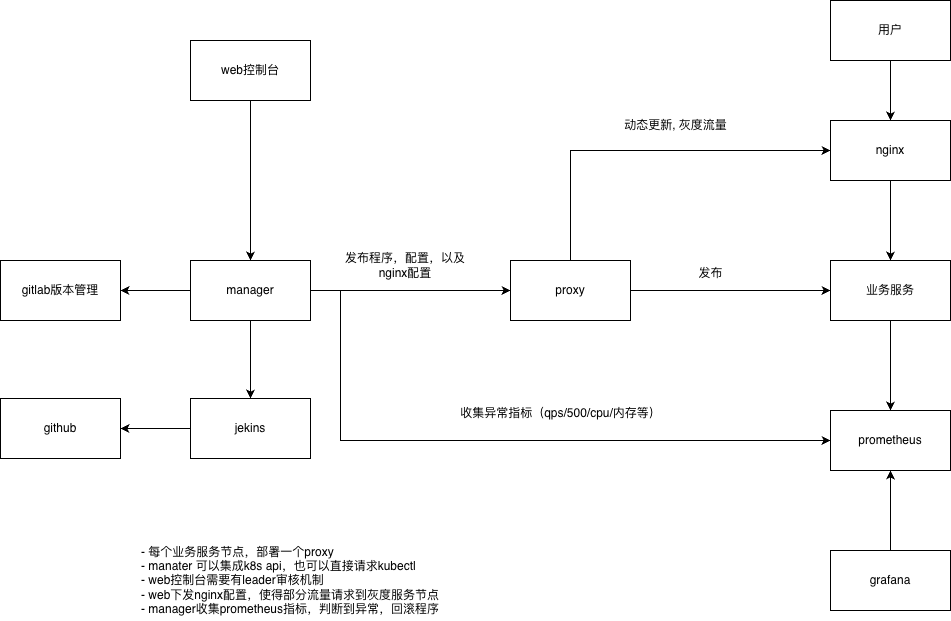
Earlier version of the draw.io export doc/智能发布系统.drawio.png (felix-001/qnHackathon). Source tidied: cells renumbered, new cells last; positions are measured from the earlier drawing's top-left corner, leaving out a move shared by most shapes. Source of this version:
```xml
<mxGraphModel>
  <root>
    <mxCell id="0" />
    <mxCell id="1" parent="0" />
    <mxCell id="2" style="edgeStyle=orthogonalEdgeStyle;rounded=0;jettySize=auto;html=1;" parent="1" edge="1" source="3" target="8">
      <mxGeometry relative="1" as="geometry" />
    </mxCell>
    <mxCell id="3" value="web控制台" style="rounded=0;whiteSpace=wrap;html=1;" parent="1" vertex="1">
      <mxGeometry x="190" y="40" width="120" height="60" as="geometry" />
    </mxCell>
    <mxCell id="4" style="edgeStyle=orthogonalEdgeStyle;rounded=0;jettySize=auto;html=1;" parent="1" edge="1" source="8" target="11">
      <mxGeometry relative="1" as="geometry" />
    </mxCell>
    <mxCell id="5" style="edgeStyle=orthogonalEdgeStyle;rounded=0;jettySize=auto;html=1;entryX=0;entryY=0.5;entryDx=0;entryDy=0;exitX=1;exitY=0.5;exitDx=0;exitDy=0;" parent="1" edge="1" source="8" target="19">
      <mxGeometry relative="1" as="geometry">
        <Array as="points">
          <mxPoint x="340" y="290" />
          <mxPoint x="340" y="440" />
        </Array>
      </mxGeometry>
    </mxCell>
    <mxCell id="6" style="edgeStyle=orthogonalEdgeStyle;rounded=0;jettySize=auto;html=1;" parent="1" edge="1" source="8" target="25">
      <mxGeometry relative="1" as="geometry" />
    </mxCell>
    <mxCell id="7" style="edgeStyle=orthogonalEdgeStyle;rounded=0;jettySize=auto;html=1;entryX=1;entryY=0.5;entryDx=0;entryDy=0;" parent="1" edge="1" source="8" target="26">
      <mxGeometry relative="1" as="geometry" />
    </mxCell>
    <mxCell id="8" value="manager" style="rounded=0;whiteSpace=wrap;html=1;" parent="1" vertex="1">
      <mxGeometry x="190" y="260" width="120" height="60" as="geometry" />
    </mxCell>
    <mxCell id="9" style="edgeStyle=orthogonalEdgeStyle;rounded=0;jettySize=auto;html=1;entryX=0;entryY=0.5;entryDx=0;entryDy=0;" parent="1" edge="1" source="11" target="13">
      <mxGeometry relative="1" as="geometry" />
    </mxCell>
    <mxCell id="10" style="edgeStyle=orthogonalEdgeStyle;rounded=0;jettySize=auto;html=1;entryX=0;entryY=0.5;entryDx=0;entryDy=0;" parent="1" edge="1" source="11" target="15">
      <mxGeometry relative="1" as="geometry">
        <Array as="points">
          <mxPoint x="570" y="150" />
        </Array>
      </mxGeometry>
    </mxCell>
    <mxCell id="11" value="proxy" style="rounded=0;whiteSpace=wrap;html=1;" parent="1" vertex="1">
      <mxGeometry x="510" y="260" width="120" height="60" as="geometry" />
    </mxCell>
    <mxCell id="12" style="edgeStyle=orthogonalEdgeStyle;rounded=0;jettySize=auto;html=1;entryX=0.5;entryY=0;entryDx=0;entryDy=0;" parent="1" edge="1" source="13" target="19">
      <mxGeometry relative="1" as="geometry" />
    </mxCell>
    <mxCell id="13" value="业务服务" style="rounded=0;whiteSpace=wrap;html=1;" parent="1" vertex="1">
      <mxGeometry x="830" y="260" width="120" height="60" as="geometry" />
    </mxCell>
    <mxCell id="14" style="edgeStyle=orthogonalEdgeStyle;rounded=0;jettySize=auto;html=1;entryX=0.5;entryY=0;entryDx=0;entryDy=0;" parent="1" edge="1" source="15" target="13">
      <mxGeometry relative="1" as="geometry" />
    </mxCell>
    <mxCell id="15" value="nginx" style="rounded=0;whiteSpace=wrap;html=1;" parent="1" vertex="1">
      <mxGeometry x="830" y="120" width="120" height="60" as="geometry" />
    </mxCell>
    <mxCell id="16" style="edgeStyle=orthogonalEdgeStyle;rounded=0;jettySize=auto;html=1;entryX=0.5;entryY=0;entryDx=0;entryDy=0;" parent="1" edge="1" source="17" target="15">
      <mxGeometry relative="1" as="geometry" />
    </mxCell>
    <mxCell id="17" value="用户" style="rounded=0;whiteSpace=wrap;html=1;" parent="1" vertex="1">
      <mxGeometry x="830" width="120" height="60" as="geometry" />
    </mxCell>
    <mxCell id="18" value="动态更新, 灰度流量" style="text;html=1;align=center;verticalAlign=middle;strokeColor=none;fillColor=none;" parent="1" vertex="1">
      <mxGeometry x="610" y="110" width="130" height="30" as="geometry" />
    </mxCell>
    <mxCell id="19" value="prometheus" style="rounded=0;whiteSpace=wrap;html=1;" parent="1" vertex="1">
      <mxGeometry x="830" y="410" width="120" height="60" as="geometry" />
    </mxCell>
    <mxCell id="20" style="edgeStyle=orthogonalEdgeStyle;rounded=0;jettySize=auto;html=1;entryX=0.5;entryY=1;entryDx=0;entryDy=0;" parent="1" edge="1" source="21" target="19">
      <mxGeometry relative="1" as="geometry" />
    </mxCell>
    <mxCell id="21" value="grafana" style="rounded=0;whiteSpace=wrap;html=1;" parent="1" vertex="1">
      <mxGeometry x="830" y="550" width="120" height="60" as="geometry" />
    </mxCell>
    <mxCell id="22" value="收集异常指标（qps/500/cpu/内存等）" style="text;html=1;align=center;verticalAlign=middle;strokeColor=none;fillColor=none;" parent="1" vertex="1">
      <mxGeometry x="450" y="398" width="220" height="30" as="geometry" />
    </mxCell>
    <mxCell id="23" value="github" style="rounded=0;whiteSpace=wrap;html=1;" parent="1" vertex="1">
      <mxGeometry y="398" width="120" height="60" as="geometry" />
    </mxCell>
    <mxCell id="24" style="edgeStyle=orthogonalEdgeStyle;rounded=0;jettySize=auto;html=1;entryX=1;entryY=0.5;entryDx=0;entryDy=0;" parent="1" edge="1" source="25" target="23">
      <mxGeometry relative="1" as="geometry" />
    </mxCell>
    <mxCell id="25" value="jekins" style="rounded=0;whiteSpace=wrap;html=1;" parent="1" vertex="1">
      <mxGeometry x="190" y="398" width="120" height="60" as="geometry" />
    </mxCell>
    <mxCell id="26" value="gitlab版本管理" style="rounded=0;whiteSpace=wrap;html=1;" parent="1" vertex="1">
      <mxGeometry y="260" width="120" height="60" as="geometry" />
    </mxCell>
    <mxCell id="27" value="发布程序，配置，以及nginx配置" style="text;html=1;align=center;verticalAlign=middle;whiteSpace=wrap;rounded=0;" parent="1" vertex="1">
      <mxGeometry x="340" y="250" width="130" height="30" as="geometry" />
    </mxCell>
    <mxCell id="28" value="发布" style="text;html=1;align=center;verticalAlign=middle;strokeColor=none;fillColor=none;" parent="1" vertex="1">
      <mxGeometry x="685" y="258" width="50" height="30" as="geometry" />
    </mxCell>
    <mxCell id="29" value="&lt;div style=&quot;text-align: left;&quot;&gt;&lt;span style=&quot;background-color: transparent; color: light-dark(rgb(0, 0, 0), rgb(255, 255, 255));&quot;&gt;- 每个业务服务节点，部署一个proxy&lt;/span&gt;&lt;/div&gt;&lt;div style=&quot;text-align: left;&quot;&gt;&lt;span style=&quot;background-color: transparent; color: light-dark(rgb(0, 0, 0), rgb(255, 255, 255));&quot;&gt;- manater 可以集成k8s api，也可以直接请求kubectl&lt;/span&gt;&lt;/div&gt;&lt;div style=&quot;text-align: left;&quot;&gt;&lt;span style=&quot;background-color: transparent; color: light-dark(rgb(0, 0, 0), rgb(255, 255, 255));&quot;&gt;- web控制台需要有leader审核机制&lt;/span&gt;&lt;/div&gt;&lt;div&gt;&lt;span style=&quot;background-color: transparent; color: light-dark(rgb(0, 0, 0), rgb(255, 255, 255));&quot;&gt;- web下发nginx配置，使得部分流量请求到灰度服务节点&lt;/span&gt;&lt;/div&gt;&lt;div&gt;&lt;span style=&quot;background-color: transparent; color: light-dark(rgb(0, 0, 0), rgb(255, 255, 255));&quot;&gt;- manager收集prometheus指标，判断到异常，回滚程序&lt;/span&gt;&lt;/div&gt;" style="text;html=1;align=center;verticalAlign=middle;whiteSpace=wrap;rounded=0;" parent="1" vertex="1">
      <mxGeometry x="100" y="540" width="380" height="80" as="geometry" />
    </mxCell>
  </root>
</mxGraphModel>
```
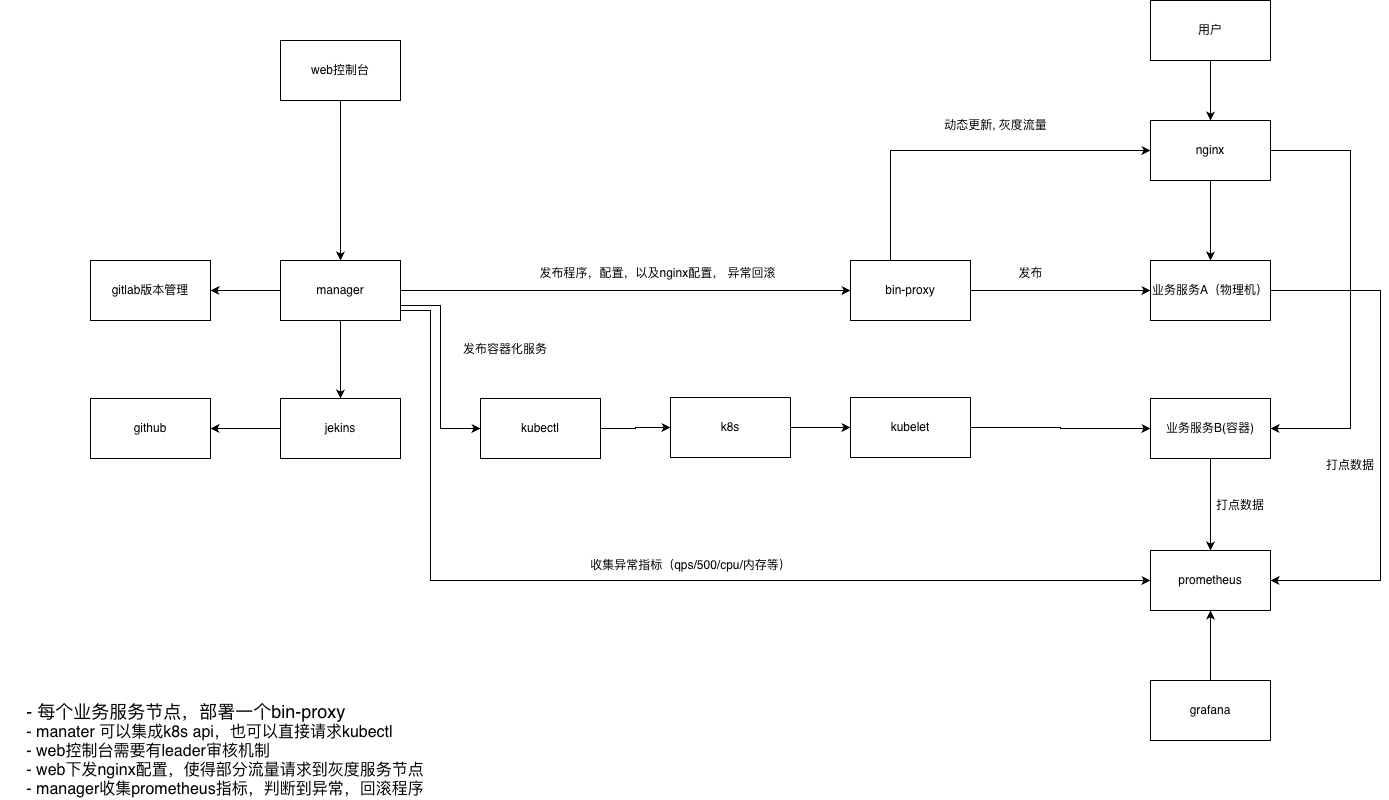
The same diagram one commit later.

What changed in the source:
```diff
@@ -11,20 +11,24 @@
     <mxCell id="4" style="edgeStyle=orthogonalEdgeStyle;rounded=0;jettySize=auto;html=1;" parent="1" edge="1" source="8" target="11">
       <mxGeometry relative="1" as="geometry" />
     </mxCell>
-    <mxCell id="5" style="edgeStyle=orthogonalEdgeStyle;rounded=0;jettySize=auto;html=1;entryX=0;entryY=0.5;entryDx=0;entryDy=0;exitX=1;exitY=0.5;exitDx=0;exitDy=0;" parent="1" edge="1" source="8" target="19">
-      <mxGeometry relative="1" as="geometry">
-        <Array as="points">
-          <mxPoint x="340" y="290" />
-          <mxPoint x="340" y="440" />
-        </Array>
-      </mxGeometry>
-    </mxCell>
     <mxCell id="6" style="edgeStyle=orthogonalEdgeStyle;rounded=0;jettySize=auto;html=1;" parent="1" edge="1" source="8" target="25">
       <mxGeometry relative="1" as="geometry" />
     </mxCell>
     <mxCell id="7" style="edgeStyle=orthogonalEdgeStyle;rounded=0;jettySize=auto;html=1;entryX=1;entryY=0.5;entryDx=0;entryDy=0;" parent="1" edge="1" source="8" target="26">
       <mxGeometry relative="1" as="geometry" />
     </mxCell>
+    <mxCell id="30" style="edgeStyle=orthogonalEdgeStyle;rounded=0;jettySize=auto;html=1;entryX=0;entryY=0.5;entryDx=0;entryDy=0;exitX=1;exitY=0.75;exitDx=0;exitDy=0;" parent="1" edge="1" source="8" target="35">
+      <mxGeometry relative="1" as="geometry" />
+    </mxCell>
+    <mxCell id="5" style="edgeStyle=orthogonalEdgeStyle;rounded=0;jettySize=auto;html=1;entryX=0;entryY=0.5;entryDx=0;entryDy=0;exitX=1;exitY=0.75;exitDx=0;exitDy=0;" parent="1" edge="1" source="8" target="19">
+      <mxGeometry relative="1" as="geometry">
+        <Array as="points">
+          <mxPoint x="310" y="310" />
+          <mxPoint x="340" y="310" />
+          <mxPoint x="340" y="580" />
+        </Array>
+      </mxGeometry>
+    </mxCell>
     <mxCell id="8" value="manager" style="rounded=0;whiteSpace=wrap;html=1;" parent="1" vertex="1">
       <mxGeometry x="190" y="260" width="120" height="60" as="geometry" />
     </mxCell>
@@ -34,45 +38,60 @@
     <mxCell id="10" style="edgeStyle=orthogonalEdgeStyle;rounded=0;jettySize=auto;html=1;entryX=0;entryY=0.5;entryDx=0;entryDy=0;" parent="1" edge="1" source="11" target="15">
       <mxGeometry relative="1" as="geometry">
         <Array as="points">
-          <mxPoint x="570" y="150" />
+          <mxPoint x="800" y="150" />
         </Array>
       </mxGeometry>
     </mxCell>
-    <mxCell id="11" value="proxy" style="rounded=0;whiteSpace=wrap;html=1;" parent="1" vertex="1">
-      <mxGeometry x="510" y="260" width="120" height="60" as="geometry" />
+    <mxCell id="11" value="bin-proxy" style="rounded=0;whiteSpace=wrap;html=1;" parent="1" vertex="1">
+      <mxGeometry x="760" y="260" width="120" height="60" as="geometry" />
     </mxCell>
-    <mxCell id="12" style="edgeStyle=orthogonalEdgeStyle;rounded=0;jettySize=auto;html=1;entryX=0.5;entryY=0;entryDx=0;entryDy=0;" parent="1" edge="1" source="13" target="19">
-      <mxGeometry relative="1" as="geometry" />
+    <mxCell id="12" style="edgeStyle=orthogonalEdgeStyle;rounded=0;jettySize=auto;html=1;entryX=1;entryY=0.5;entryDx=0;entryDy=0;" parent="1" edge="1" source="13" target="19">
+      <mxGeometry relative="1" as="geometry">
+        <Array as="points">
+          <mxPoint x="1290" y="290" />
+          <mxPoint x="1290" y="580" />
+        </Array>
+      </mxGeometry>
     </mxCell>
-    <mxCell id="13" value="业务服务" style="rounded=0;whiteSpace=wrap;html=1;" parent="1" vertex="1">
-      <mxGeometry x="830" y="260" width="120" height="60" as="geometry" />
+    <mxCell id="13" value="业务服务A（物理机）" style="rounded=0;whiteSpace=wrap;html=1;" parent="1" vertex="1">
+      <mxGeometry x="1060" y="260" width="120" height="60" as="geometry" />
     </mxCell>
     <mxCell id="14" style="edgeStyle=orthogonalEdgeStyle;rounded=0;jettySize=auto;html=1;entryX=0.5;entryY=0;entryDx=0;entryDy=0;" parent="1" edge="1" source="15" target="13">
       <mxGeometry relative="1" as="geometry" />
     </mxCell>
+    <mxCell id="31" style="edgeStyle=orthogonalEdgeStyle;rounded=0;jettySize=auto;html=1;entryX=1;entryY=0.5;entryDx=0;entryDy=0;" parent="1" edge="1" source="15" target="40">
+      <mxGeometry relative="1" as="geometry">
+        <Array as="points">
+          <mxPoint x="1260" y="150" />
+          <mxPoint x="1260" y="428" />
+        </Array>
+      </mxGeometry>
+    </mxCell>
     <mxCell id="15" value="nginx" style="rounded=0;whiteSpace=wrap;html=1;" parent="1" vertex="1">
-      <mxGeometry x="830" y="120" width="120" height="60" as="geometry" />
+      <mxGeometry x="1060" y="120" width="120" height="60" as="geometry" />
     </mxCell>
-    <mxCell id="16" style="edgeStyle=orthogonalEdgeStyle;rounded=0;jettySize=auto;html=1;entryX=0.5;entryY=0;entryDx=0;entryDy=0;" parent="1" edge="1" source="17" target="15">
-      <mxGeometry relative="1" as="geometry" />
+    <mxCell id="16" style="edgeStyle=orthogonalEdgeStyle;rounded=0;jettySize=auto;html=1;entryX=0.5;entryY=0;entryDx=0;entryDy=0;" parent="1" edge="1" target="15">
+      <mxGeometry relative="1" as="geometry">
+        <mxPoint x="1120" y="60" as="sourcePoint" />
+      </mxGeometry>
     </mxCell>
     <mxCell id="17" value="用户" style="rounded=0;whiteSpace=wrap;html=1;" parent="1" vertex="1">
-      <mxGeometry x="830" width="120" height="60" as="geometry" />
+      <mxGeometry x="1060" width="120" height="60" as="geometry" />
     </mxCell>
     <mxCell id="18" value="动态更新, 灰度流量" style="text;html=1;align=center;verticalAlign=middle;strokeColor=none;fillColor=none;" parent="1" vertex="1">
-      <mxGeometry x="610" y="110" width="130" height="30" as="geometry" />
+      <mxGeometry x="840" y="110" width="130" height="30" as="geometry" />
     </mxCell>
     <mxCell id="19" value="prometheus" style="rounded=0;whiteSpace=wrap;html=1;" parent="1" vertex="1">
-      <mxGeometry x="830" y="410" width="120" height="60" as="geometry" />
+      <mxGeometry x="1060" y="550" width="120" height="60" as="geometry" />
     </mxCell>
     <mxCell id="20" style="edgeStyle=orthogonalEdgeStyle;rounded=0;jettySize=auto;html=1;entryX=0.5;entryY=1;entryDx=0;entryDy=0;" parent="1" edge="1" source="21" target="19">
       <mxGeometry relative="1" as="geometry" />
     </mxCell>
     <mxCell id="21" value="grafana" style="rounded=0;whiteSpace=wrap;html=1;" parent="1" vertex="1">
-      <mxGeometry x="830" y="550" width="120" height="60" as="geometry" />
+      <mxGeometry x="1060" y="680" width="120" height="60" as="geometry" />
     </mxCell>
     <mxCell id="22" value="收集异常指标（qps/500/cpu/内存等）" style="text;html=1;align=center;verticalAlign=middle;strokeColor=none;fillColor=none;" parent="1" vertex="1">
-      <mxGeometry x="450" y="398" width="220" height="30" as="geometry" />
+      <mxGeometry x="490" y="550" width="220" height="30" as="geometry" />
     </mxCell>
     <mxCell id="23" value="github" style="rounded=0;whiteSpace=wrap;html=1;" parent="1" vertex="1">
       <mxGeometry y="398" width="120" height="60" as="geometry" />
@@ -86,14 +105,47 @@
     <mxCell id="26" value="gitlab版本管理" style="rounded=0;whiteSpace=wrap;html=1;" parent="1" vertex="1">
       <mxGeometry y="260" width="120" height="60" as="geometry" />
     </mxCell>
-    <mxCell id="27" value="发布程序，配置，以及nginx配置" style="text;html=1;align=center;verticalAlign=middle;whiteSpace=wrap;rounded=0;" parent="1" vertex="1">
-      <mxGeometry x="340" y="250" width="130" height="30" as="geometry" />
+    <mxCell id="27" value="发布程序，配置，以及nginx配置， 异常回滚" style="text;html=1;align=center;verticalAlign=middle;whiteSpace=wrap;rounded=0;" parent="1" vertex="1">
+      <mxGeometry x="440" y="258" width="255" height="30" as="geometry" />
     </mxCell>
     <mxCell id="28" value="发布" style="text;html=1;align=center;verticalAlign=middle;strokeColor=none;fillColor=none;" parent="1" vertex="1">
-      <mxGeometry x="685" y="258" width="50" height="30" as="geometry" />
+      <mxGeometry x="915" y="258" width="50" height="30" as="geometry" />
     </mxCell>
-    <mxCell id="29" value="&lt;div style=&quot;text-align: left;&quot;&gt;&lt;span style=&quot;background-color: transparent; color: light-dark(rgb(0, 0, 0), rgb(255, 255, 255));&quot;&gt;- 每个业务服务节点，部署一个proxy&lt;/span&gt;&lt;/div&gt;&lt;div style=&quot;text-align: left;&quot;&gt;&lt;span style=&quot;background-color: transparent; color: light-dark(rgb(0, 0, 0), rgb(255, 255, 255));&quot;&gt;- manater 可以集成k8s api，也可以直接请求kubectl&lt;/span&gt;&lt;/div&gt;&lt;div style=&quot;text-align: left;&quot;&gt;&lt;span style=&quot;background-color: transparent; color: light-dark(rgb(0, 0, 0), rgb(255, 255, 255));&quot;&gt;- web控制台需要有leader审核机制&lt;/span&gt;&lt;/div&gt;&lt;div&gt;&lt;span style=&quot;background-color: transparent; color: light-dark(rgb(0, 0, 0), rgb(255, 255, 255));&quot;&gt;- web下发nginx配置，使得部分流量请求到灰度服务节点&lt;/span&gt;&lt;/div&gt;&lt;div&gt;&lt;span style=&quot;background-color: transparent; color: light-dark(rgb(0, 0, 0), rgb(255, 255, 255));&quot;&gt;- manager收集prometheus指标，判断到异常，回滚程序&lt;/span&gt;&lt;/div&gt;" style="text;html=1;align=center;verticalAlign=middle;whiteSpace=wrap;rounded=0;" parent="1" vertex="1">
-      <mxGeometry x="100" y="540" width="380" height="80" as="geometry" />
+    <mxCell id="29" value="&lt;div style=&quot;text-align: left;&quot;&gt;&lt;span style=&quot;background-color: transparent; color: light-dark(rgb(0, 0, 0), rgb(255, 255, 255));&quot;&gt;&lt;font style=&quot;font-size: 18px;&quot;&gt;- 每个业务服务节点，部署一个bin-proxy&lt;/font&gt;&lt;/span&gt;&lt;/div&gt;&lt;div style=&quot;text-align: left;&quot;&gt;&lt;span style=&quot;background-color: transparent; color: light-dark(rgb(0, 0, 0), rgb(255, 255, 255));&quot;&gt;&lt;font size=&quot;3&quot;&gt;- manater 可以集成k8s api，也可以直接请求kubectl&lt;/font&gt;&lt;/span&gt;&lt;/div&gt;&lt;div style=&quot;text-align: left;&quot;&gt;&lt;span style=&quot;background-color: transparent; color: light-dark(rgb(0, 0, 0), rgb(255, 255, 255));&quot;&gt;&lt;font size=&quot;3&quot;&gt;- web控制台需要有leader审核机制&lt;/font&gt;&lt;/span&gt;&lt;/div&gt;&lt;div&gt;&lt;span style=&quot;background-color: transparent; color: light-dark(rgb(0, 0, 0), rgb(255, 255, 255));&quot;&gt;&lt;font size=&quot;3&quot;&gt;- web下发nginx配置，使得部分流量请求到灰度服务节点&lt;/font&gt;&lt;/span&gt;&lt;/div&gt;&lt;div&gt;&lt;span style=&quot;background-color: transparent; color: light-dark(rgb(0, 0, 0), rgb(255, 255, 255));&quot;&gt;&lt;font size=&quot;3&quot;&gt;- manager收集prometheus指标，判断到异常，回滚程序&lt;/font&gt;&lt;/span&gt;&lt;/div&gt;" style="text;html=1;align=center;verticalAlign=middle;whiteSpace=wrap;rounded=0;" parent="1" vertex="1">
+      <mxGeometry x="-90" y="710" width="450" height="80" as="geometry" />
     </mxCell>
+    <mxCell id="32" style="edgeStyle=orthogonalEdgeStyle;rounded=0;jettySize=auto;html=1;entryX=0;entryY=0.5;entryDx=0;entryDy=0;" parent="1" edge="1" source="33" target="40">
+      <mxGeometry relative="1" as="geometry" />
+    </mxCell>
+    <mxCell id="33" value="kubelet" style="rounded=0;whiteSpace=wrap;html=1;" parent="1" vertex="1">
+      <mxGeometry x="760" y="397" width="120" height="60" as="geometry" />
+    </mxCell>
+    <mxCell id="34" style="edgeStyle=orthogonalEdgeStyle;rounded=0;jettySize=auto;html=1;entryX=0;entryY=0.5;entryDx=0;entryDy=0;" parent="1" edge="1" source="35" target="37">
+      <mxGeometry relative="1" as="geometry" />
+    </mxCell>
+    <mxCell id="35" value="kubectl" style="rounded=0;whiteSpace=wrap;html=1;" parent="1" vertex="1">
+      <mxGeometry x="390" y="398" width="120" height="60" as="geometry" />
+    </mxCell>
+    <mxCell id="36" style="edgeStyle=orthogonalEdgeStyle;rounded=0;jettySize=auto;html=1;entryX=0;entryY=0.5;entryDx=0;entryDy=0;" parent="1" edge="1" source="37" target="33">
+      <mxGeometry relative="1" as="geometry" />
+    </mxCell>
+    <mxCell id="37" value="k8s" style="rounded=0;whiteSpace=wrap;html=1;" parent="1" vertex="1">
+      <mxGeometry x="580" y="397" width="120" height="60" as="geometry" />
+    </mxCell>
+    <mxCell id="38" value="发布容器化服务" style="text;html=1;whiteSpace=wrap;strokeColor=none;fillColor=none;align=center;verticalAlign=middle;rounded=0;" parent="1" vertex="1">
+      <mxGeometry x="355" y="334" width="120" height="30" as="geometry" />
+    </mxCell>
+    <mxCell id="39" style="edgeStyle=orthogonalEdgeStyle;rounded=0;jettySize=auto;html=1;entryX=0.5;entryY=0;entryDx=0;entryDy=0;" parent="1" edge="1" source="40" target="19">
+      <mxGeometry relative="1" as="geometry" />
+    </mxCell>
+    <mxCell id="40" value="业务服务B(容器)" style="rounded=0;whiteSpace=wrap;html=1;" parent="1" vertex="1">
+      <mxGeometry x="1060" y="398" width="120" height="60" as="geometry" />
+    </mxCell>
+    <mxCell id="41" value="打点数据" style="text;html=1;whiteSpace=wrap;strokeColor=none;fillColor=none;align=center;verticalAlign=middle;rounded=0;" parent="1" vertex="1">
+      <mxGeometry x="1120" y="490" width="60" height="30" as="geometry" />
+    </mxCell>
+    <mxCell id="42" value="打点数据" style="text;html=1;whiteSpace=wrap;strokeColor=none;fillColor=none;align=center;verticalAlign=middle;rounded=0;" parent="1" vertex="1">
+      <mxGeometry x="1230" y="450" width="60" height="30" as="geometry" />
+    </mxCell>
   </root>
 </mxGraphModel>
```
